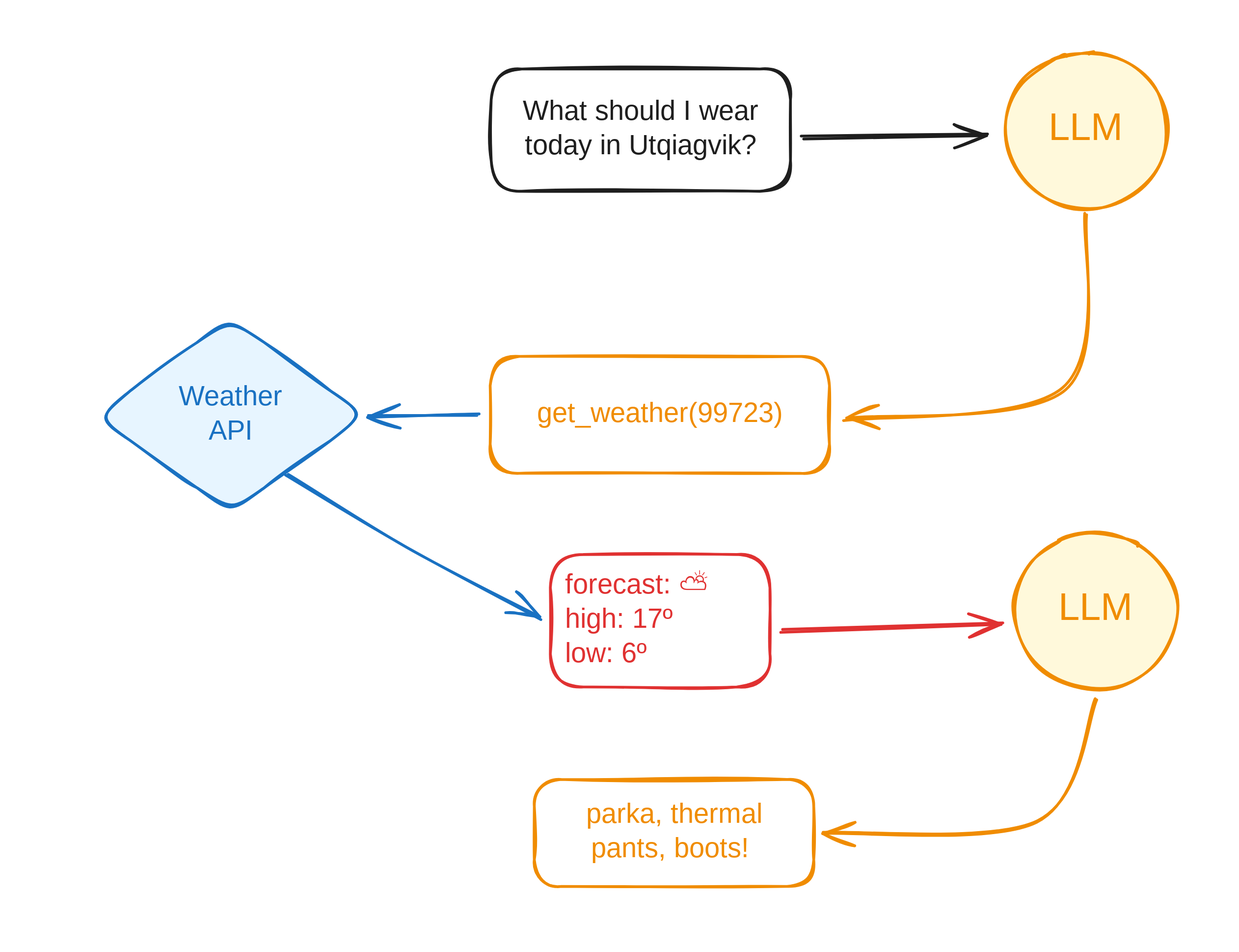
Above: website/slides/assets/tools-diagram-06.excalidraw.svg in skaltman/r-pharma-llm (Excalidraw), before the change. Source tidied: one line per element, renumbered; positions are measured from the earlier drawing's top-left corner, leaving out a move shared by most shapes.
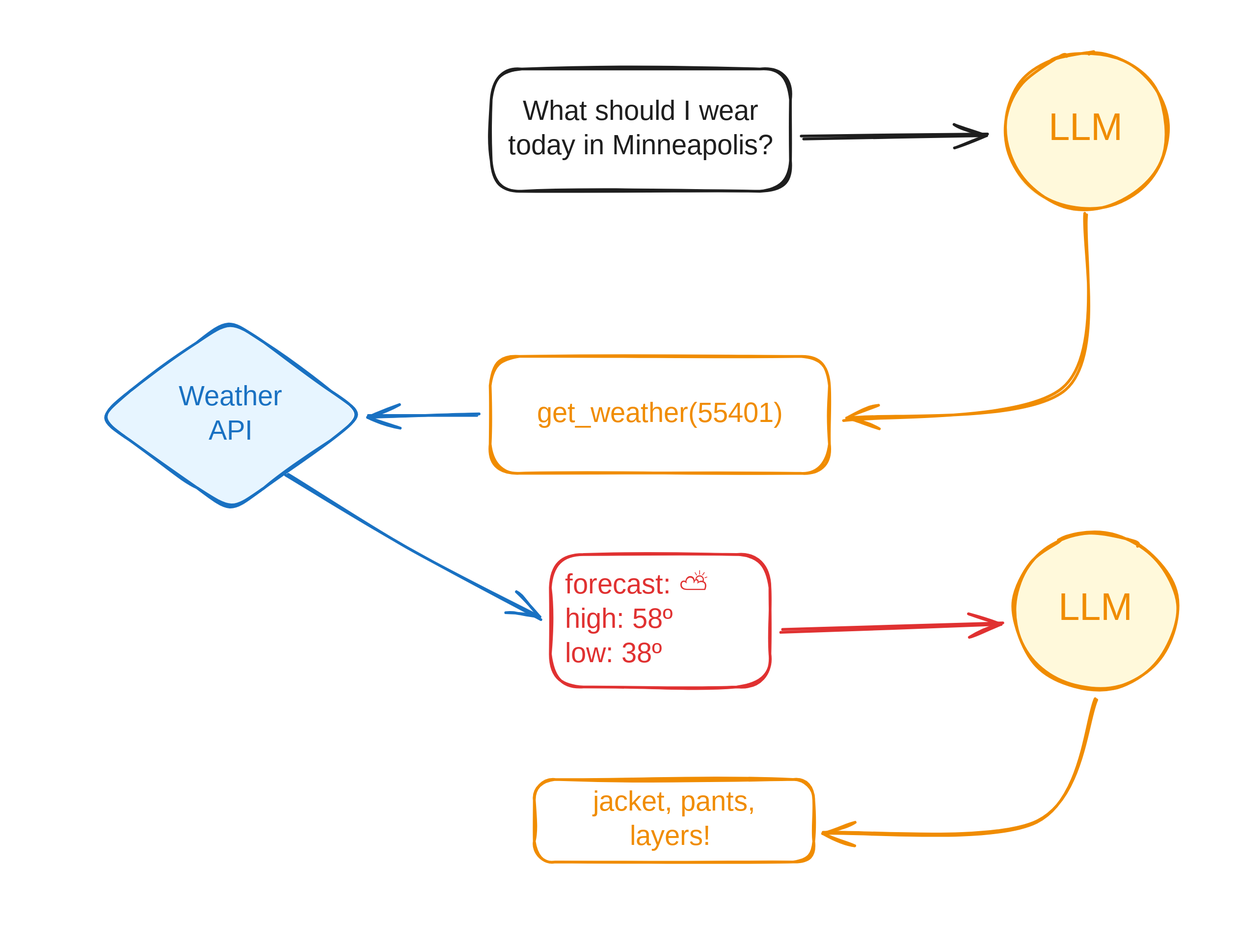
The same diagram one commit later.

Change to the diagram source:
```diff
@@ -1,21 +1,21 @@
 {"id": 0, "type": "rectangle", "strokeColor": "#1e1e1e", "strokeWidth": 2, "roughness": 1, "round": true, "x": 347, "y": 40, "width": 218, "height": 89}
-{"id": 1, "type": "text", "text": "What should I wear\ntoday in Utqiagvik?", "strokeColor": "#1e1e1e", "strokeWidth": 2, "roughness": 1, "fontSize": 20, "fontFamily": 5, "textAlign": "center", "verticalAlign": "middle", "inside": 0, "x": 361, "y": 60, "width": 191, "height": 50}
+{"id": 1, "type": "text", "text": "What should I wear\ntoday in Minneapolis?", "strokeColor": "#1e1e1e", "strokeWidth": 2, "roughness": 1, "fontSize": 20, "fontFamily": 5, "textAlign": "center", "verticalAlign": "middle", "inside": 0, "x": 354, "y": 60, "width": 204, "height": 50}
 {"id": 2, "type": "ellipse", "strokeColor": "#f08c00", "backgroundColor": "#fff9db", "fillStyle": "solid", "strokeWidth": 2, "roughness": 1, "round": true, "x": 721, "y": 28, "width": 119, "height": 114}
 {"id": 3, "type": "text", "text": "LLM", "strokeColor": "#f08c00", "backgroundColor": "#ffec99", "fillStyle": "solid", "strokeWidth": 2, "roughness": 1, "fontSize": 28, "fontFamily": 5, "textAlign": "center", "verticalAlign": "middle", "inside": 2, "x": 754, "y": 67, "width": 52, "height": 35}
 {"id": 4, "type": "arrow", "strokeColor": "#1e1e1e", "backgroundColor": "#b2f2bb", "fillStyle": "solid", "strokeWidth": 2, "roughness": 1, "endArrowhead": "arrow", "round": true, "from": 0, "to": 2, "x": 574, "y": 90, "width": 134, "height": 2, "points": [[0, 0], [134, -2]]}
 {"id": 5, "type": "arrow", "strokeColor": "#f08c00", "backgroundColor": "#b2f2bb", "fillStyle": "solid", "strokeWidth": 2, "roughness": 1, "endArrowhead": "arrow", "round": true, "from": 2, "to": 6, "x": 781, "y": 146, "width": 176, "height": 148, "points": [[0, 0], [-16, 126], [-176, 148]]}
 {"id": 6, "type": "rectangle", "strokeColor": "#f08c00", "strokeWidth": 2, "roughness": 1, "round": true, "x": 347, "y": 249, "width": 247, "height": 85}
-{"id": 7, "type": "text", "text": "get_weather(99723)", "strokeColor": "#f08c00", "strokeWidth": 2, "roughness": 1, "fontSize": 20, "fontFamily": 5, "textAlign": "center", "verticalAlign": "middle", "inside": 6, "x": 369, "y": 279, "width": 203, "height": 25}
+{"id": 7, "type": "text", "text": "get_weather(55401)", "strokeColor": "#f08c00", "strokeWidth": 2, "roughness": 1, "fontSize": 20, "fontFamily": 5, "textAlign": "center", "verticalAlign": "middle", "inside": 6, "x": 371, "y": 279, "width": 199, "height": 25}
 {"id": 8, "type": "arrow", "strokeColor": "#1971c2", "strokeWidth": 2, "roughness": 1, "endArrowhead": "arrow", "round": true, "from": 6, "to": 9, "x": 338, "y": 292, "width": 81, "height": 0, "points": [[0, 0], [-81, 0]]}
 {"id": 9, "type": "diamond", "strokeColor": "#1971c2", "backgroundColor": "#e7f5ff", "fillStyle": "solid", "strokeWidth": 2, "roughness": 1, "round": true, "x": 60, "y": 221, "width": 196, "height": 141}
 {"id": 10, "type": "text", "text": "Weather\nAPI", "strokeColor": "#1971c2", "backgroundColor": "#e7f5ff", "fillStyle": "solid", "strokeWidth": 2, "roughness": 1, "fontSize": 20, "fontFamily": 5, "textAlign": "center", "verticalAlign": "middle", "inside": 9, "x": 118, "y": 267, "width": 79, "height": 50}
 {"id": 11, "type": "rectangle", "strokeColor": "#e03131", "strokeWidth": 2, "roughness": 1, "round": true, "x": 390, "y": 393, "width": 160, "height": 96}
-{"id": 12, "type": "text", "text": " forecast: ⛅\n high: 17º\n low: 6º", "strokeColor": "#e03131", "strokeWidth": 2, "roughness": 1, "fontSize": 20, "fontFamily": 5, "verticalAlign": "middle", "inside": 11, "x": 395, "y": 404, "width": 127, "height": 75}
+{"id": 12, "type": "text", "text": " forecast: ⛅\n high: 58º\n low: 38º", "strokeColor": "#e03131", "strokeWidth": 2, "roughness": 1, "fontSize": 20, "fontFamily": 5, "verticalAlign": "middle", "inside": 11, "x": 395, "y": 404, "width": 127, "height": 75}
 {"id": 13, "type": "arrow", "strokeColor": "#1971c2", "strokeWidth": 2, "roughness": 1, "endArrowhead": "arrow", "round": true, "from": 9, "to": 11, "x": 198, "y": 335, "width": 185, "height": 105, "points": [[0, 0], [87, 53], [185, 105]]}
 {"id": 14, "type": "ellipse", "strokeColor": "#f08c00", "backgroundColor": "#fff9db", "fillStyle": "solid", "strokeWidth": 2, "roughness": 1, "round": true, "x": 728, "y": 377, "width": 119, "height": 114}
 {"id": 15, "type": "text", "text": "LLM", "strokeColor": "#f08c00", "backgroundColor": "#ffec99", "fillStyle": "solid", "strokeWidth": 2, "roughness": 1, "fontSize": 28, "fontFamily": 5, "textAlign": "center", "verticalAlign": "middle", "inside": 14, "x": 761, "y": 416, "width": 52, "height": 35}
 {"id": 16, "type": "arrow", "strokeColor": "#e03131", "strokeWidth": 2, "roughness": 1, "endArrowhead": "arrow", "round": true, "from": 11, "to": 14, "x": 559, "y": 449, "width": 161, "height": 5, "points": [[0, 0], [161, -5]]}
-{"id": 17, "type": "rectangle", "strokeColor": "#f08c00", "strokeWidth": 2, "roughness": 1, "round": true, "x": 379, "y": 557, "width": 203, "height": 78}
+{"id": 17, "type": "rectangle", "strokeColor": "#f08c00", "strokeWidth": 2, "roughness": 1, "round": true, "x": 379, "y": 557, "width": 203, "height": 60}
-{"id": 18, "type": "text", "text": "parka, thermal\npants, boots! ", "strokeColor": "#f08c00", "strokeWidth": 2, "roughness": 1, "fontSize": 20, "fontFamily": 5, "textAlign": "center", "verticalAlign": "middle", "inside": 17, "x": 411, "y": 571, "width": 139, "height": 50}
+{"id": 18, "type": "text", "text": "jacket, pants,\nlayers! ", "strokeColor": "#f08c00", "strokeWidth": 2, "roughness": 1, "fontSize": 20, "fontFamily": 5, "textAlign": "center", "verticalAlign": "middle", "inside": 17, "x": 414, "y": 562, "width": 134, "height": 50}
 {"id": 19, "type": "arrow", "strokeColor": "#f08c00", "strokeWidth": 2, "roughness": 1, "endArrowhead": "arrow", "round": true, "from": 14, "to": 17, "x": 787, "y": 499, "width": 199, "height": 97, "points": [[0, 0], [-43, 89], [-199, 97]]}
 {"id": 20, "type": "rectangle", "strokeColor": "#1e1e1e", "strokeWidth": 2, "roughness": 1, "opacity": 0, "round": true, "x": 0, "y": 0, "width": 882, "height": 672}
```
